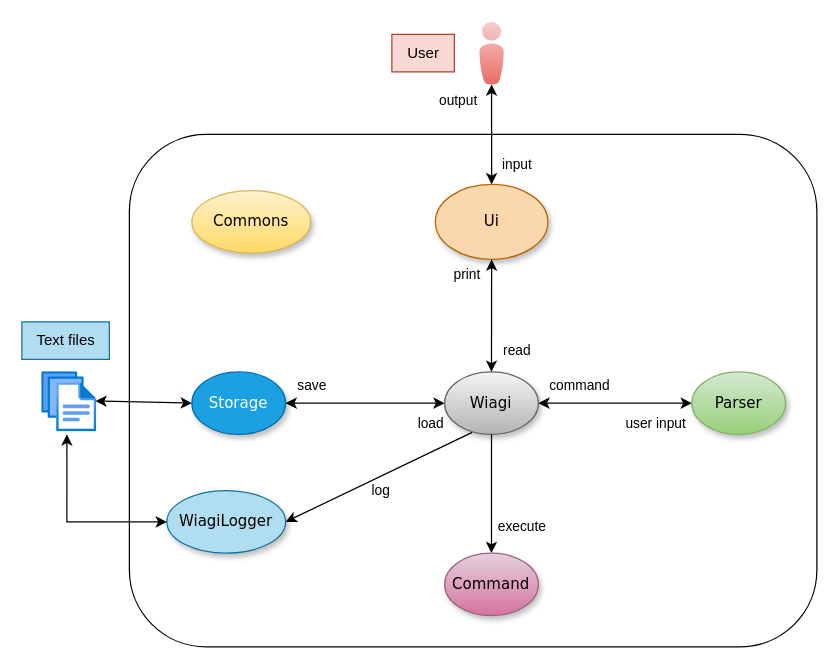
Before: docs/Diagrams/Overall/architectureDiagram.drawio in wongwh2002/CS2113TeamProject, a draw.io diagram. Source tidied: cells renumbered, new cells numbered last; positions are measured from the earlier drawing's top-left corner, leaving out a move shared by most shapes. Both pictures are drawn from the tidied source at 125%, with x=0, y=0 at pixel (21, 21).
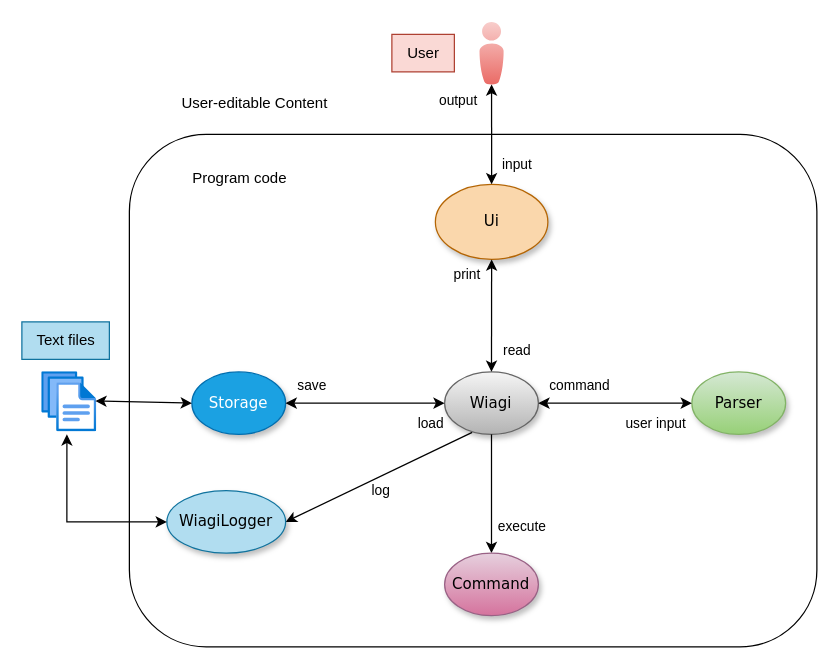
Above is the later version.

Commit message (it also covers changes not shown here):
Edit architecture diagram to imporve understandability

Diff of the diagram source:
```diff
@@
-    <mxCell id="31" value="&lt;span&gt;Commons&lt;/span&gt;" style="ellipse;whiteSpace=wrap;html=1;rounded=0;shadow=1;comic=0;labelBackgroundColor=none;strokeWidth=1;fontFamily=Verdana;fontSize=12;align=center;gradientColor=#ffd966;fillColor=#fff2cc;strokeColor=#d6b656;" parent="1" vertex="1">
-      <mxGeometry x="136" y="135" width="95" height="50" as="geometry" />
-    </mxCell>
+    <mxCell id="32" value="Program code" style="text;html=1;align=center;verticalAlign=middle;strokeColor=none;fillColor=none;" parent="1" vertex="1">
+      <mxGeometry x="123.5" y="110" width="100" height="30" as="geometry" />
+    </mxCell>
+    <mxCell id="33" value="User-editable Content" style="text;html=1;align=center;verticalAlign=middle;strokeColor=none;fillColor=none;" parent="1" vertex="1">
+      <mxGeometry x="116" y="50" width="140" height="30" as="geometry" />
+    </mxCell>
```
